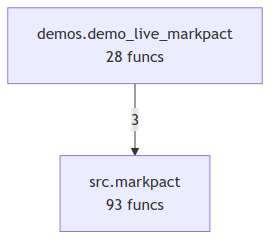
This is project/compact_flow.png from markpact/markpact, a Mermaid export, as it was before one commit. Its source is kept beside it as project/compact_flow.mmd.
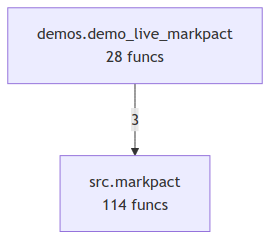
The same file after the commit.

What changed in the source:
```diff
@@ -1,4 +1,4 @@
 flowchart TD
     demos_demo_live_markpact["demos.demo_live_markpact<br/>28 funcs"]
-    src_markpact["src.markpact<br/>93 funcs"]
+    src_markpact["src.markpact<br/>114 funcs"]
     demos_demo_live_markpact -->|3| src_markpact
```
